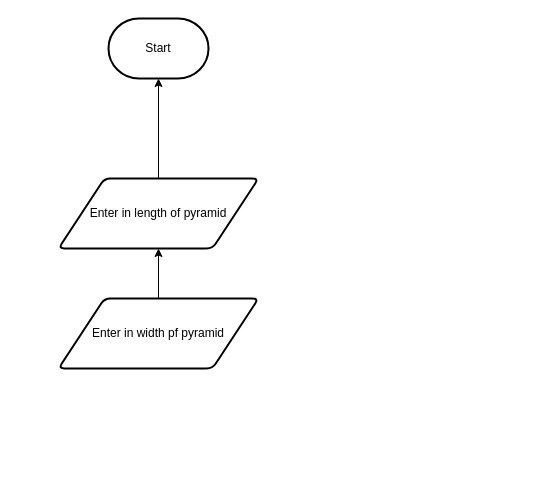
Earlier version of the draw.io diagram design/flowchart.drawio (Lucas-Tyman/ICS2O-Unit3-02-HTML). Source tidied: cells renumbered, new cells numbered last; positions are measured from the earlier drawing's top-left corner, leaving out a move shared by most shapes. Both pictures are drawn from the tidied source at 100%, with x=0, y=0 at pixel (58, 18).
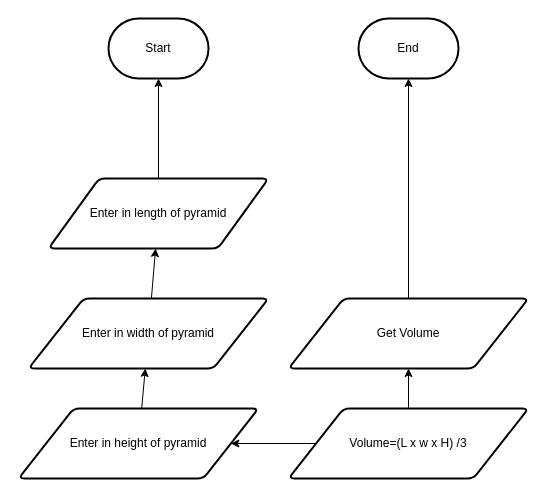
Above is the later version.

Change to the diagram source:
```diff
@@
 <mxGraphModel>
   <root>
     <mxCell id="0" />
     <mxCell id="1" parent="0" />
     <mxCell id="2" value="Start" style="strokeWidth=2;html=1;shape=mxgraph.flowchart.terminator;whiteSpace=wrap;" parent="1" vertex="1">
       <mxGeometry x="50" width="100" height="60" as="geometry" />
     </mxCell>
     <mxCell id="3" style="edgeStyle=none;html=1;entryX=0.5;entryY=1;entryDx=0;entryDy=0;entryPerimeter=0;" parent="1" edge="1" source="4" target="2">
       <mxGeometry relative="1" as="geometry" />
     </mxCell>
     <mxCell id="4" value="Enter in length of pyramid" style="shape=parallelogram;html=1;strokeWidth=2;perimeter=parallelogramPerimeter;whiteSpace=wrap;rounded=1;arcSize=12;size=0.23;" parent="1" vertex="1">
-      <mxGeometry y="160" width="200" height="70" as="geometry" />
+      <mxGeometry x="-10" y="160" width="220" height="70" as="geometry" />
     </mxCell>
     <mxCell id="5" style="edgeStyle=none;html=1;" parent="1" edge="1" source="6" target="4">
       <mxGeometry relative="1" as="geometry" />
     </mxCell>
-    <mxCell id="6" value="Enter in width pf pyramid" style="shape=parallelogram;html=1;strokeWidth=2;perimeter=parallelogramPerimeter;whiteSpace=wrap;rounded=1;arcSize=12;size=0.23;" parent="1" vertex="1">
-      <mxGeometry y="280" width="200" height="70" as="geometry" />
+    <mxCell id="6" value="Enter in width of pyramid" style="shape=parallelogram;html=1;strokeWidth=2;perimeter=parallelogramPerimeter;whiteSpace=wrap;rounded=1;arcSize=12;size=0.23;" parent="1" vertex="1">
+      <mxGeometry x="-30" y="280" width="240" height="70" as="geometry" />
     </mxCell>
+    <mxCell id="7" style="edgeStyle=none;html=1;" parent="1" edge="1" source="8" target="6">
+      <mxGeometry relative="1" as="geometry" />
+    </mxCell>
+    <mxCell id="8" value="Enter in height of pyramid" style="shape=parallelogram;html=1;strokeWidth=2;perimeter=parallelogramPerimeter;whiteSpace=wrap;rounded=1;arcSize=12;size=0.23;" parent="1" vertex="1">
+      <mxGeometry x="-40" y="390" width="240" height="70" as="geometry" />
+    </mxCell>
+    <mxCell id="9" style="edgeStyle=none;html=1;entryX=1;entryY=0.5;entryDx=0;entryDy=0;" parent="1" edge="1" source="11" target="8">
+      <mxGeometry relative="1" as="geometry" />
+    </mxCell>
+    <mxCell id="10" style="edgeStyle=none;html=1;entryX=0.5;entryY=1;entryDx=0;entryDy=0;" parent="1" edge="1" source="11" target="13">
+      <mxGeometry relative="1" as="geometry" />
+    </mxCell>
+    <mxCell id="11" value="Volume=(L x w x H) /3" style="shape=parallelogram;html=1;strokeWidth=2;perimeter=parallelogramPerimeter;whiteSpace=wrap;rounded=1;arcSize=12;size=0.23;" parent="1" vertex="1">
+      <mxGeometry x="230" y="390" width="240" height="70" as="geometry" />
+    </mxCell>
+    <mxCell id="12" style="edgeStyle=none;html=1;entryX=0.5;entryY=1;entryDx=0;entryDy=0;entryPerimeter=0;" parent="1" edge="1" source="13" target="14">
+      <mxGeometry relative="1" as="geometry" />
+    </mxCell>
+    <mxCell id="13" value="Get Volume" style="shape=parallelogram;html=1;strokeWidth=2;perimeter=parallelogramPerimeter;whiteSpace=wrap;rounded=1;arcSize=12;size=0.23;" parent="1" vertex="1">
+      <mxGeometry x="230" y="280" width="240" height="70" as="geometry" />
+    </mxCell>
+    <mxCell id="14" value="End" style="strokeWidth=2;html=1;shape=mxgraph.flowchart.terminator;whiteSpace=wrap;" parent="1" vertex="1">
+      <mxGeometry x="300" width="100" height="60" as="geometry" />
+    </mxCell>
   </root>
 </mxGraphModel>
```
